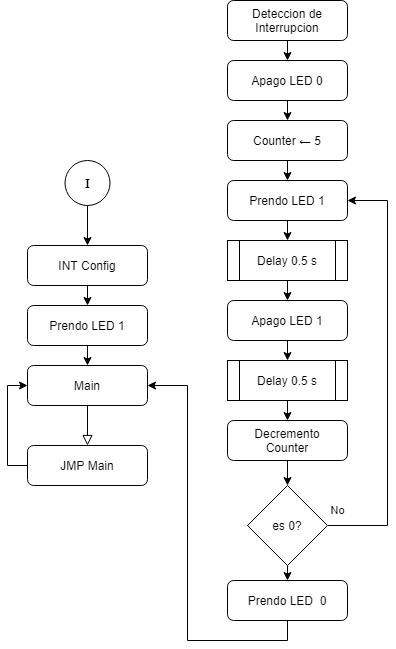
The draw.io diagram tp4/doc/diagramas/flow_tp4.png in fiuba-labo-de-micro-miercoles/2019-2c-trabajo-practico-mendoza_2020, before a commit. Source tidied: cells renumbered, new cells last; positions are measured from the earlier drawing's top-left corner, leaving out a move shared by most shapes. Its diagram source:
```xml
<mxGraphModel>
  <root>
    <mxCell id="0" />
    <mxCell id="1" parent="0" />
    <mxCell id="2" style="rounded=0;html=1;jettySize=auto;fontSize=11;endArrow=block;endFill=0;endSize=8;strokeWidth=1;shadow=0;labelBackgroundColor=none;edgeStyle=orthogonalEdgeStyle;" parent="1" edge="1" source="3">
      <mxGeometry relative="1" as="geometry">
        <mxPoint x="60" y="445" as="targetPoint" />
      </mxGeometry>
    </mxCell>
    <mxCell id="3" value="Main" style="rounded=1;whiteSpace=wrap;html=1;fontSize=12;glass=0;strokeWidth=1;shadow=0;" parent="1" vertex="1">
      <mxGeometry y="365" width="120" height="40" as="geometry" />
    </mxCell>
    <mxCell id="4" style="edgeStyle=orthogonalEdgeStyle;rounded=0;jettySize=auto;html=1;exitX=0.5;exitY=1;exitDx=0;exitDy=0;entryX=0.5;entryY=0;entryDx=0;entryDy=0;" parent="1" edge="1" source="5" target="9">
      <mxGeometry relative="1" as="geometry" />
    </mxCell>
    <mxCell id="5" value="Deteccion de&lt;br&gt;Interrupcion" style="rounded=1;whiteSpace=wrap;html=1;fontSize=12;glass=0;strokeWidth=1;shadow=0;" parent="1" vertex="1">
      <mxGeometry x="200" width="120" height="40" as="geometry" />
    </mxCell>
    <mxCell id="6" style="edgeStyle=orthogonalEdgeStyle;rounded=0;jettySize=auto;html=1;exitX=0;exitY=0.5;exitDx=0;exitDy=0;entryX=0;entryY=0.5;entryDx=0;entryDy=0;" parent="1" edge="1" source="7" target="3">
      <mxGeometry relative="1" as="geometry" />
    </mxCell>
    <mxCell id="7" value="JMP Main" style="rounded=1;whiteSpace=wrap;html=1;fontSize=12;glass=0;strokeWidth=1;shadow=0;" parent="1" vertex="1">
      <mxGeometry y="445" width="120" height="40" as="geometry" />
    </mxCell>
    <mxCell id="8" style="edgeStyle=orthogonalEdgeStyle;rounded=0;jettySize=auto;html=1;exitX=0.5;exitY=1;exitDx=0;exitDy=0;entryX=0.5;entryY=0;entryDx=0;entryDy=0;" parent="1" edge="1" source="9" target="28">
      <mxGeometry relative="1" as="geometry" />
    </mxCell>
    <mxCell id="9" value="Apago LED 0" style="rounded=1;whiteSpace=wrap;html=1;fontSize=12;glass=0;strokeWidth=1;shadow=0;" parent="1" vertex="1">
      <mxGeometry x="200" y="60" width="120" height="40" as="geometry" />
    </mxCell>
    <mxCell id="10" style="edgeStyle=orthogonalEdgeStyle;rounded=0;jettySize=auto;html=1;exitX=0.5;exitY=1;exitDx=0;exitDy=0;entryX=0.5;entryY=0;entryDx=0;entryDy=0;" parent="1" edge="1" source="11" target="13">
      <mxGeometry relative="1" as="geometry" />
    </mxCell>
    <mxCell id="11" value="INT Config" style="rounded=1;whiteSpace=wrap;html=1;fontSize=12;glass=0;strokeWidth=1;shadow=0;" parent="1" vertex="1">
      <mxGeometry y="245" width="120" height="40" as="geometry" />
    </mxCell>
    <mxCell id="12" style="edgeStyle=orthogonalEdgeStyle;rounded=0;jettySize=auto;html=1;exitX=0.5;exitY=1;exitDx=0;exitDy=0;entryX=0.5;entryY=0;entryDx=0;entryDy=0;" parent="1" edge="1" source="13" target="3">
      <mxGeometry relative="1" as="geometry" />
    </mxCell>
    <mxCell id="13" value="Prendo LED 1" style="rounded=1;whiteSpace=wrap;html=1;fontSize=12;glass=0;strokeWidth=1;shadow=0;" parent="1" vertex="1">
      <mxGeometry y="305" width="120" height="40" as="geometry" />
    </mxCell>
    <mxCell id="14" style="edgeStyle=orthogonalEdgeStyle;rounded=0;jettySize=auto;html=1;exitX=0.5;exitY=1;exitDx=0;exitDy=0;entryX=0.5;entryY=0;entryDx=0;entryDy=0;" parent="1" edge="1" target="17">
      <mxGeometry relative="1" as="geometry">
        <mxPoint x="260" y="220" as="sourcePoint" />
      </mxGeometry>
    </mxCell>
    <mxCell id="15" value="Prendo LED 1" style="rounded=1;whiteSpace=wrap;html=1;fontSize=12;glass=0;strokeWidth=1;shadow=0;" parent="1" vertex="1">
      <mxGeometry x="200" y="180" width="120" height="40" as="geometry" />
    </mxCell>
    <mxCell id="16" style="edgeStyle=orthogonalEdgeStyle;rounded=0;jettySize=auto;html=1;exitX=0.5;exitY=1;exitDx=0;exitDy=0;entryX=0.5;entryY=0;entryDx=0;entryDy=0;" parent="1" edge="1" source="17" target="19">
      <mxGeometry relative="1" as="geometry" />
    </mxCell>
    <mxCell id="17" value="Delay 0.5 s" style="shape=process;whiteSpace=wrap;html=1;backgroundOutline=1;" parent="1" vertex="1">
      <mxGeometry x="200" y="240" width="120" height="40" as="geometry" />
    </mxCell>
    <mxCell id="18" style="edgeStyle=orthogonalEdgeStyle;rounded=0;jettySize=auto;html=1;exitX=0.5;exitY=1;exitDx=0;exitDy=0;entryX=0.5;entryY=0;entryDx=0;entryDy=0;" parent="1" edge="1" source="19" target="21">
      <mxGeometry relative="1" as="geometry" />
    </mxCell>
    <mxCell id="19" value="Apago LED 1" style="rounded=1;whiteSpace=wrap;html=1;fontSize=12;glass=0;strokeWidth=1;shadow=0;" parent="1" vertex="1">
      <mxGeometry x="200" y="300" width="120" height="40" as="geometry" />
    </mxCell>
    <mxCell id="20" style="edgeStyle=orthogonalEdgeStyle;rounded=0;jettySize=auto;html=1;exitX=0.5;exitY=1;exitDx=0;exitDy=0;entryX=0.5;entryY=0;entryDx=0;entryDy=0;" parent="1" edge="1" source="21" target="23">
      <mxGeometry relative="1" as="geometry" />
    </mxCell>
    <mxCell id="21" value="Delay 0.5 s" style="shape=process;whiteSpace=wrap;html=1;backgroundOutline=1;" parent="1" vertex="1">
      <mxGeometry x="200" y="360" width="120" height="40" as="geometry" />
    </mxCell>
    <mxCell id="22" style="edgeStyle=orthogonalEdgeStyle;rounded=0;jettySize=auto;html=1;exitX=0.5;exitY=1;exitDx=0;exitDy=0;entryX=0.5;entryY=0;entryDx=0;entryDy=0;" parent="1" edge="1" source="23" target="26">
      <mxGeometry relative="1" as="geometry" />
    </mxCell>
    <mxCell id="23" value="Decremento&lt;br&gt;Counter" style="rounded=1;whiteSpace=wrap;html=1;fontSize=12;glass=0;strokeWidth=1;shadow=0;" parent="1" vertex="1">
      <mxGeometry x="200" y="420" width="120" height="40" as="geometry" />
    </mxCell>
    <mxCell id="24" value="No" style="edgeStyle=orthogonalEdgeStyle;rounded=0;jettySize=auto;html=1;exitX=1;exitY=0.5;exitDx=0;exitDy=0;entryX=1;entryY=0.5;entryDx=0;entryDy=0;" parent="1" edge="1" source="26" target="15">
      <mxGeometry x="-0.65" y="50" relative="1" as="geometry">
        <Array as="points">
          <mxPoint x="360" y="525" />
          <mxPoint x="360" y="200" />
        </Array>
      </mxGeometry>
    </mxCell>
    <mxCell id="25" style="edgeStyle=orthogonalEdgeStyle;rounded=0;jettySize=auto;html=1;exitX=0.5;exitY=1;exitDx=0;exitDy=0;entryX=0.5;entryY=0;entryDx=0;entryDy=0;" parent="1" edge="1" source="26" target="30">
      <mxGeometry relative="1" as="geometry" />
    </mxCell>
    <mxCell id="26" value="es 0?" style="rhombus;whiteSpace=wrap;html=1;" parent="1" vertex="1">
      <mxGeometry x="220" y="485" width="80" height="80" as="geometry" />
    </mxCell>
    <mxCell id="27" style="edgeStyle=orthogonalEdgeStyle;rounded=0;jettySize=auto;html=1;exitX=0.5;exitY=1;exitDx=0;exitDy=0;entryX=0.5;entryY=0;entryDx=0;entryDy=0;" parent="1" edge="1" source="28" target="15">
      <mxGeometry relative="1" as="geometry" />
    </mxCell>
    <mxCell id="28" value="Counter ← 5" style="rounded=1;whiteSpace=wrap;html=1;fontSize=12;glass=0;strokeWidth=1;shadow=0;" parent="1" vertex="1">
      <mxGeometry x="200" y="120" width="120" height="40" as="geometry" />
    </mxCell>
    <mxCell id="29" style="edgeStyle=orthogonalEdgeStyle;rounded=0;jettySize=auto;html=1;exitX=0.5;exitY=1;exitDx=0;exitDy=0;entryX=1;entryY=0.5;entryDx=0;entryDy=0;" parent="1" edge="1" source="30" target="3">
      <mxGeometry relative="1" as="geometry" />
    </mxCell>
    <mxCell id="30" value="Prendo LED&amp;nbsp; 0" style="rounded=1;whiteSpace=wrap;html=1;fontSize=12;glass=0;strokeWidth=1;shadow=0;" parent="1" vertex="1">
      <mxGeometry x="200" y="580" width="120" height="40" as="geometry" />
    </mxCell>
    <mxCell id="31" style="edgeStyle=orthogonalEdgeStyle;rounded=0;jettySize=auto;html=1;exitX=0.5;exitY=1;exitDx=0;exitDy=0;entryX=0.5;entryY=0;entryDx=0;entryDy=0;" parent="1" edge="1" source="32" target="11">
      <mxGeometry relative="1" as="geometry" />
    </mxCell>
    <mxCell id="32" value="&lt;b&gt;&lt;font face=&quot;Times New Roman&quot;&gt;I&lt;/font&gt;&lt;/b&gt;" style="ellipse;whiteSpace=wrap;html=1;" parent="1" vertex="1">
      <mxGeometry x="37.5" y="160" width="45" height="45" as="geometry" />
    </mxCell>
  </root>
</mxGraphModel>
```
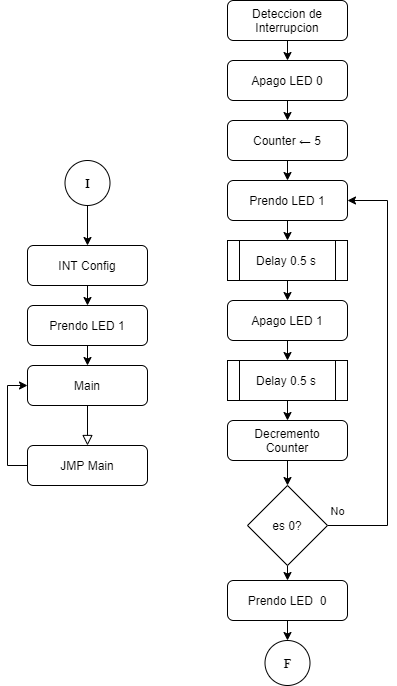
After the change.

Change to the diagram source:
```diff
@@ -92,7 +92,7 @@
     <mxCell id="28" value="Counter ← 5" style="rounded=1;whiteSpace=wrap;html=1;fontSize=12;glass=0;strokeWidth=1;shadow=0;" parent="1" vertex="1">
       <mxGeometry x="200" y="120" width="120" height="40" as="geometry" />
     </mxCell>
-    <mxCell id="29" style="edgeStyle=orthogonalEdgeStyle;rounded=0;jettySize=auto;html=1;exitX=0.5;exitY=1;exitDx=0;exitDy=0;entryX=1;entryY=0.5;entryDx=0;entryDy=0;" parent="1" edge="1" source="30" target="3">
+    <mxCell id="29" style="edgeStyle=orthogonalEdgeStyle;rounded=0;jettySize=auto;html=1;exitX=0.5;exitY=1;exitDx=0;exitDy=0;entryX=0.5;entryY=0;entryDx=0;entryDy=0;" parent="1" edge="1" source="30" target="33">
       <mxGeometry relative="1" as="geometry" />
     </mxCell>
     <mxCell id="30" value="Prendo LED&amp;nbsp; 0" style="rounded=1;whiteSpace=wrap;html=1;fontSize=12;glass=0;strokeWidth=1;shadow=0;" parent="1" vertex="1">
@@ -104,5 +104,8 @@
     <mxCell id="32" value="&lt;b&gt;&lt;font face=&quot;Times New Roman&quot;&gt;I&lt;/font&gt;&lt;/b&gt;" style="ellipse;whiteSpace=wrap;html=1;" parent="1" vertex="1">
       <mxGeometry x="37.5" y="160" width="45" height="45" as="geometry" />
     </mxCell>
+    <mxCell id="33" value="&lt;b&gt;&lt;font face=&quot;Times New Roman&quot;&gt;F&lt;/font&gt;&lt;/b&gt;" style="ellipse;whiteSpace=wrap;html=1;" parent="1" vertex="1">
+      <mxGeometry x="237.5" y="640" width="45" height="45" as="geometry" />
+    </mxCell>
   </root>
 </mxGraphModel>
```
